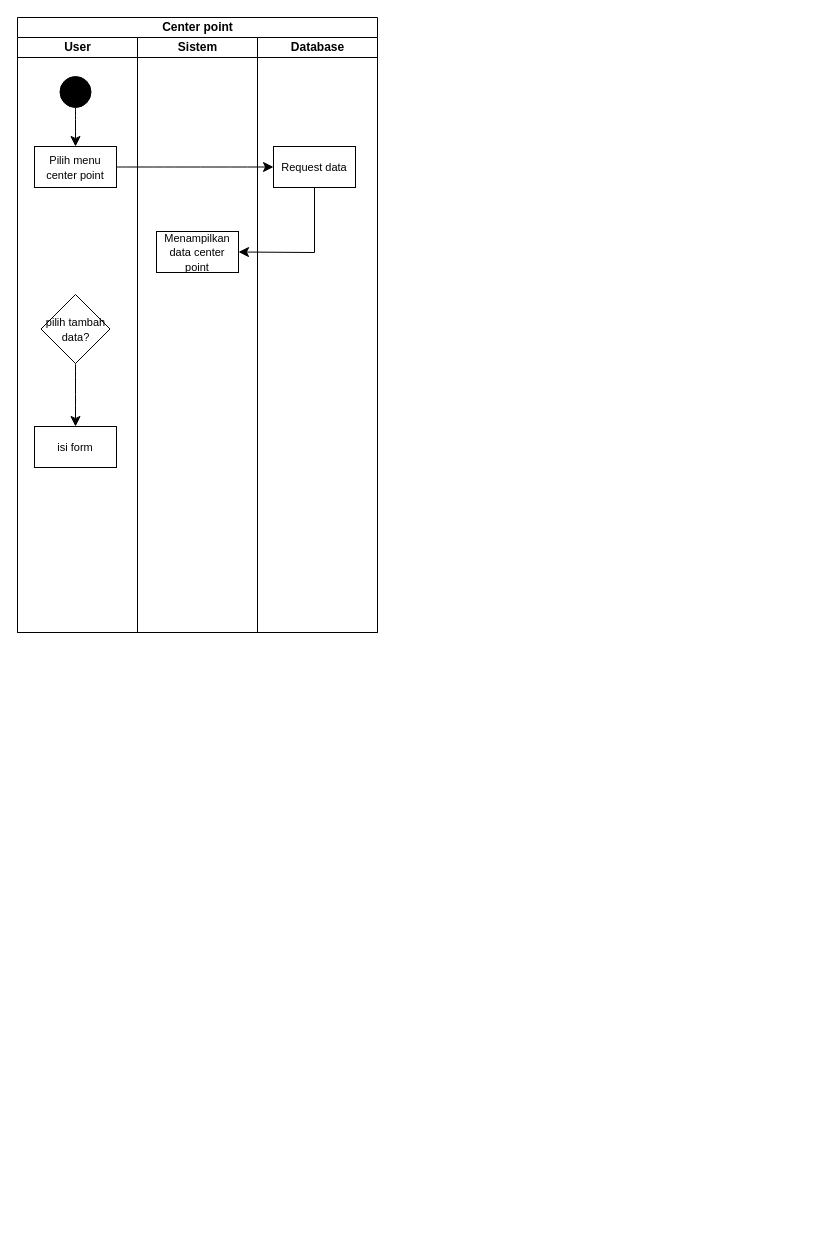
This is page "center point" (5 of 10) of activity diagram gis.drawio from AmirRazer/DrawIoErd, a draw.io file, before an edit. Source tidied: cells renumbered, new cells numbered last; positions are measured from the earlier drawing's top-left corner, leaving out a move shared by most shapes. Both pictures are drawn from the tidied source at 100%, with x=0, y=0 at pixel (17, 17).
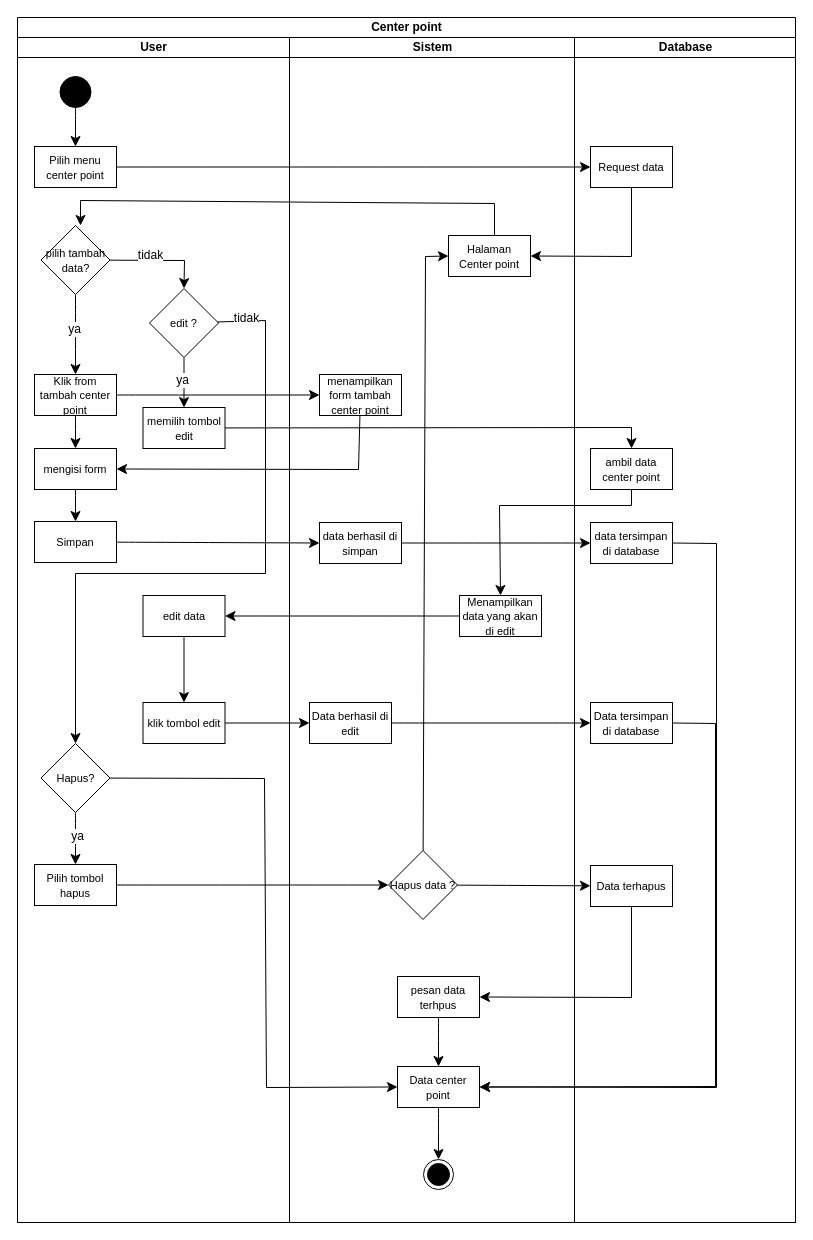
The same diagram, later.

The change refers to these unchanged cells:
```xml
<mxCell id="7" style="edgeStyle=none;curved=1;rounded=0;jettySize=auto;html=1;entryX=0.5;entryY=0;entryDx=0;entryDy=0;fontSize=12;startSize=8;endSize=8;" parent="3" edge="1" source="8" target="9">
  <mxGeometry relative="1" as="geometry" />
</mxCell>
<mxCell id="13" value="&lt;font style=&quot;font-size: 11px;&quot;&gt;Request data&lt;/font&gt;" style="rounded=0;whiteSpace=wrap;html=1;" parent="12" vertex="1">
  <mxGeometry x="16" y="109" width="82" height="41" as="geometry" />
</mxCell>
```

Change to the diagram source:
```diff
@@
     <mxCell id="2" value="Center point" style="swimlane;startSize=20;html=1;" parent="1" vertex="1">
-      <mxGeometry width="360" height="615" as="geometry" />
+      <mxGeometry width="778" height="1205" as="geometry" />
     </mxCell>
     <mxCell id="3" value="User" style="swimlane;startSize=20;html=1;" parent="2" vertex="1">
-      <mxGeometry y="20" width="120" height="595" as="geometry" />
+      <mxGeometry y="20" width="272" height="1185" as="geometry" />
     </mxCell>
@@
+    <mxCell id="16" value="ya" style="edgeLabel;html=1;align=center;verticalAlign=middle;fontSize=12;" parent="7" vertex="1">
+      <mxGeometry x="-0.15" y="-2" relative="1" as="geometry" />
+    </mxCell>
+    <mxCell id="17" style="edgeStyle=none;curved=0;rounded=0;jettySize=auto;html=1;entryX=0.5;entryY=0;entryDx=0;entryDy=0;fontSize=12;startSize=8;endSize=8;" parent="3" edge="1" source="8" target="22">
+      <mxGeometry relative="1" as="geometry">
+        <Array as="points">
+          <mxPoint x="167" y="223" />
+        </Array>
+      </mxGeometry>
+    </mxCell>
+    <mxCell id="18" value="tidak" style="edgeLabel;html=1;align=center;verticalAlign=middle;fontSize=12;" parent="17" vertex="1">
+      <mxGeometry x="-0.22" y="5" relative="1" as="geometry" />
+    </mxCell>
     <mxCell id="8" value="&lt;font style=&quot;font-size: 11px;&quot;&gt;pilih tambah data?&lt;/font&gt;" style="rhombus;whiteSpace=wrap;html=1;" parent="3" vertex="1">
-      <mxGeometry x="23.5" y="257" width="69" height="69" as="geometry" />
+      <mxGeometry x="23.5" y="188" width="69" height="69" as="geometry" />
     </mxCell>
+    <mxCell id="19" style="edgeStyle=none;curved=1;rounded=0;jettySize=auto;html=1;entryX=0.5;entryY=0;entryDx=0;entryDy=0;fontSize=12;startSize=8;endSize=8;" parent="3" edge="1" source="9" target="24">
+      <mxGeometry relative="1" as="geometry" />
+    </mxCell>
-    <mxCell id="9" value="&lt;font style=&quot;font-size: 11px;&quot;&gt;isi form&lt;/font&gt;" style="rounded=0;whiteSpace=wrap;html=1;" parent="3" vertex="1">
-      <mxGeometry x="17" y="389" width="82" height="41" as="geometry" />
+    <mxCell id="9" value="&lt;font style=&quot;font-size: 11px;&quot;&gt;Klik from tambah center point&lt;/font&gt;" style="rounded=0;whiteSpace=wrap;html=1;" parent="3" vertex="1">
+      <mxGeometry x="17" y="337" width="82" height="41" as="geometry" />
     </mxCell>
+    <mxCell id="20" style="edgeStyle=none;curved=1;rounded=0;jettySize=auto;html=1;entryX=0.5;entryY=0;entryDx=0;entryDy=0;fontSize=12;startSize=8;endSize=8;" parent="3" edge="1" source="22" target="26">
+      <mxGeometry relative="1" as="geometry" />
+    </mxCell>
+    <mxCell id="21" value="ya" style="edgeLabel;html=1;align=center;verticalAlign=middle;fontSize=12;" parent="20" vertex="1">
+      <mxGeometry x="-0.14" y="-2" relative="1" as="geometry" />
+    </mxCell>
+    <mxCell id="22" value="&lt;font style=&quot;font-size: 11px;&quot;&gt;edit ?&lt;/font&gt;" style="rhombus;whiteSpace=wrap;html=1;" parent="3" vertex="1">
+      <mxGeometry x="132" y="251" width="69" height="69" as="geometry" />
+    </mxCell>
+    <mxCell id="23" style="edgeStyle=none;curved=1;rounded=0;jettySize=auto;html=1;entryX=0.5;entryY=0;entryDx=0;entryDy=0;fontSize=12;startSize=8;endSize=8;" parent="3" edge="1" source="24" target="25">
+      <mxGeometry relative="1" as="geometry" />
+    </mxCell>
+    <mxCell id="24" value="&lt;font style=&quot;font-size: 11px;&quot;&gt;mengisi form&lt;/font&gt;" style="rounded=0;whiteSpace=wrap;html=1;" parent="3" vertex="1">
+      <mxGeometry x="17" y="411" width="82" height="41" as="geometry" />
+    </mxCell>
+    <mxCell id="25" value="&lt;font style=&quot;font-size: 11px;&quot;&gt;Simpan&lt;/font&gt;" style="rounded=0;whiteSpace=wrap;html=1;" parent="3" vertex="1">
+      <mxGeometry x="17" y="484" width="82" height="41" as="geometry" />
+    </mxCell>
+    <mxCell id="26" value="&lt;font style=&quot;font-size: 11px;&quot;&gt;memilih tombol edit&lt;/font&gt;" style="rounded=0;whiteSpace=wrap;html=1;" parent="3" vertex="1">
+      <mxGeometry x="125.5" y="370" width="82" height="41" as="geometry" />
+    </mxCell>
+    <mxCell id="27" style="edgeStyle=none;curved=1;rounded=0;jettySize=auto;html=1;entryX=0.5;entryY=0;entryDx=0;entryDy=0;fontSize=12;startSize=8;endSize=8;" parent="3" edge="1" source="28" target="29">
+      <mxGeometry relative="1" as="geometry" />
+    </mxCell>
+    <mxCell id="28" value="&lt;font style=&quot;font-size: 11px;&quot;&gt;edit data&lt;/font&gt;" style="rounded=0;whiteSpace=wrap;html=1;" parent="3" vertex="1">
+      <mxGeometry x="125.5" y="558" width="82" height="41" as="geometry" />
+    </mxCell>
+    <mxCell id="29" value="&lt;span style=&quot;font-size: 11px;&quot;&gt;klik tombol edit&lt;/span&gt;" style="rounded=0;whiteSpace=wrap;html=1;" parent="3" vertex="1">
+      <mxGeometry x="125.5" y="665" width="82" height="41" as="geometry" />
+    </mxCell>
+    <mxCell id="30" value="&lt;span style=&quot;font-size: 11px;&quot;&gt;Pilih tombol hapus&lt;/span&gt;" style="rounded=0;whiteSpace=wrap;html=1;" parent="3" vertex="1">
+      <mxGeometry x="17" y="827" width="82" height="41" as="geometry" />
+    </mxCell>
+    <mxCell id="31" style="edgeStyle=none;curved=1;rounded=0;jettySize=auto;html=1;fontSize=12;startSize=8;endSize=8;" parent="3" edge="1" source="33" target="30">
+      <mxGeometry relative="1" as="geometry" />
+    </mxCell>
+    <mxCell id="32" value="ya" style="edgeLabel;html=1;align=center;verticalAlign=middle;fontSize=12;" parent="31" vertex="1">
+      <mxGeometry x="-0.09" y="1" relative="1" as="geometry">
+        <mxPoint y="-1" as="offset" />
+      </mxGeometry>
+    </mxCell>
+    <mxCell id="33" value="&lt;font style=&quot;font-size: 11px;&quot;&gt;Hapus?&lt;/font&gt;" style="rhombus;whiteSpace=wrap;html=1;" parent="3" vertex="1">
+      <mxGeometry x="23.5" y="706" width="69" height="69" as="geometry" />
+    </mxCell>
+    <mxCell id="34" style="edgeStyle=none;curved=0;rounded=0;jettySize=auto;html=1;entryX=0.5;entryY=0;entryDx=0;entryDy=0;fontSize=12;startSize=8;endSize=8;" parent="3" edge="1" source="22" target="33">
+      <mxGeometry relative="1" as="geometry">
+        <Array as="points">
+          <mxPoint x="248" y="283" />
+          <mxPoint x="248" y="536" />
+          <mxPoint x="58" y="536" />
+        </Array>
+      </mxGeometry>
+    </mxCell>
+    <mxCell id="35" value="tidak" style="edgeLabel;html=1;align=center;verticalAlign=middle;fontSize=12;" parent="34" vertex="1">
+      <mxGeometry x="-0.91" y="3" relative="1" as="geometry">
+        <mxPoint x="-1" as="offset" />
+      </mxGeometry>
+    </mxCell>
     <mxCell id="10" value="Sistem" style="swimlane;startSize=20;html=1;" parent="2" vertex="1">
-      <mxGeometry x="120" y="20" width="120" height="595" as="geometry" />
+      <mxGeometry x="272" y="20" width="285" height="1185" as="geometry" />
     </mxCell>
-    <mxCell id="11" value="&lt;span style=&quot;font-size: 11px;&quot;&gt;Menampilkan data center point&lt;/span&gt;" style="rounded=0;whiteSpace=wrap;html=1;" parent="10" vertex="1">
-      <mxGeometry x="19" y="194" width="82" height="41" as="geometry" />
+    <mxCell id="11" value="&lt;span style=&quot;font-size: 11px;&quot;&gt;Halaman Center point&lt;/span&gt;" style="rounded=0;whiteSpace=wrap;html=1;" parent="10" vertex="1">
+      <mxGeometry x="159" y="198" width="82" height="41" as="geometry" />
     </mxCell>
+    <mxCell id="36" value="&lt;font style=&quot;font-size: 11px;&quot;&gt;menampilkan form tambah center point&lt;/font&gt;" style="rounded=0;whiteSpace=wrap;html=1;" parent="10" vertex="1">
+      <mxGeometry x="30" y="337" width="82" height="41" as="geometry" />
+    </mxCell>
+    <mxCell id="37" value="&lt;font style=&quot;font-size: 11px;&quot;&gt;data berhasil di simpan&lt;/font&gt;" style="rounded=0;whiteSpace=wrap;html=1;" parent="10" vertex="1">
+      <mxGeometry x="30" y="485" width="82" height="41" as="geometry" />
+    </mxCell>
+    <mxCell id="38" value="&lt;font style=&quot;font-size: 11px;&quot;&gt;Menampilkan data yang akan di edit&lt;/font&gt;" style="rounded=0;whiteSpace=wrap;html=1;" parent="10" vertex="1">
+      <mxGeometry x="170" y="558" width="82" height="41" as="geometry" />
+    </mxCell>
+    <mxCell id="39" value="&lt;span style=&quot;font-size: 11px;&quot;&gt;Data berhasil di edit&lt;/span&gt;" style="rounded=0;whiteSpace=wrap;html=1;" parent="10" vertex="1">
+      <mxGeometry x="20" y="665" width="82" height="41" as="geometry" />
+    </mxCell>
+    <mxCell id="40" style="edgeStyle=none;curved=0;rounded=0;jettySize=auto;html=1;entryX=0;entryY=0.5;entryDx=0;entryDy=0;fontSize=12;startSize=8;endSize=8;" parent="10" edge="1" source="41" target="11">
+      <mxGeometry relative="1" as="geometry">
+        <Array as="points">
+          <mxPoint x="136" y="219" />
+        </Array>
+      </mxGeometry>
+    </mxCell>
+    <mxCell id="41" value="&lt;font style=&quot;font-size: 11px;&quot;&gt;Hapus data ?&lt;/font&gt;" style="rhombus;whiteSpace=wrap;html=1;" parent="10" vertex="1">
+      <mxGeometry x="99" y="813" width="69" height="69" as="geometry" />
+    </mxCell>
+    <mxCell id="42" style="edgeStyle=none;curved=1;rounded=0;jettySize=auto;html=1;fontSize=12;startSize=8;endSize=8;" parent="10" edge="1" source="43" target="46">
+      <mxGeometry relative="1" as="geometry" />
+    </mxCell>
+    <mxCell id="43" value="&lt;span style=&quot;font-size: 11px;&quot;&gt;pesan data terhpus&lt;/span&gt;" style="rounded=0;whiteSpace=wrap;html=1;" parent="10" vertex="1">
+      <mxGeometry x="108" y="939" width="82" height="41" as="geometry" />
+    </mxCell>
+    <mxCell id="44" style="edgeStyle=none;curved=0;rounded=0;orthogonalLoop=1;jettySize=auto;html=1;fontSize=12;startSize=8;endSize=8;entryX=0.5;entryY=0;entryDx=0;entryDy=0;exitX=0.5;exitY=0;exitDx=0;exitDy=0;" parent="10" edge="1">
+      <mxGeometry relative="1" as="geometry">
+        <mxPoint x="205" y="198" as="sourcePoint" />
+        <mxPoint x="-209" y="188" as="targetPoint" />
+        <Array as="points">
+          <mxPoint x="205" y="166" />
+          <mxPoint x="-209" y="163" />
+        </Array>
+      </mxGeometry>
+    </mxCell>
+    <mxCell id="45" style="edgeStyle=none;curved=1;rounded=0;jettySize=auto;html=1;fontSize=12;startSize=8;endSize=8;" parent="10" edge="1" source="46" target="47">
+      <mxGeometry relative="1" as="geometry" />
+    </mxCell>
+    <mxCell id="46" value="&lt;span style=&quot;font-size: 11px;&quot;&gt;Data center point&lt;/span&gt;" style="rounded=0;whiteSpace=wrap;html=1;" parent="10" vertex="1">
+      <mxGeometry x="108" y="1029" width="82" height="41" as="geometry" />
+    </mxCell>
+    <mxCell id="47" style="ellipse;html=1;shape=endState;fillColor=#000000;strokeColor=#080808;" parent="10" vertex="1">
+      <mxGeometry x="134" y="1122" width="30" height="30" as="geometry" />
+    </mxCell>
     <mxCell id="12" value="Database" style="swimlane;startSize=20;html=1;" parent="2" vertex="1">
-      <mxGeometry x="240" y="20" width="120" height="595" as="geometry" />
+      <mxGeometry x="557" y="20" width="221" height="1185" as="geometry" />
     </mxCell>
@@
+    <mxCell id="48" value="&lt;font style=&quot;font-size: 11px;&quot;&gt;data tersimpan di database&lt;/font&gt;" style="rounded=0;whiteSpace=wrap;html=1;" parent="12" vertex="1">
+      <mxGeometry x="16" y="485" width="82" height="41" as="geometry" />
+    </mxCell>
+    <mxCell id="49" value="&lt;span style=&quot;font-size: 11px;&quot;&gt;ambil data center point&lt;/span&gt;" style="rounded=0;whiteSpace=wrap;html=1;" parent="12" vertex="1">
+      <mxGeometry x="16" y="411" width="82" height="41" as="geometry" />
+    </mxCell>
+    <mxCell id="50" value="&lt;span style=&quot;font-size: 11px;&quot;&gt;Data tersimpan di database&lt;/span&gt;" style="rounded=0;whiteSpace=wrap;html=1;" parent="12" vertex="1">
+      <mxGeometry x="16" y="665" width="82" height="41" as="geometry" />
+    </mxCell>
+    <mxCell id="51" value="&lt;span style=&quot;font-size: 11px;&quot;&gt;Data terhapus&lt;/span&gt;" style="rounded=0;whiteSpace=wrap;html=1;" parent="12" vertex="1">
+      <mxGeometry x="16" y="828" width="82" height="41" as="geometry" />
+    </mxCell>
@@
     <mxCell id="15" style="edgeStyle=none;curved=0;rounded=0;jettySize=auto;html=1;entryX=1;entryY=0.5;entryDx=0;entryDy=0;fontSize=12;startSize=8;endSize=8;" parent="2" edge="1" source="13" target="11">
       <mxGeometry relative="1" as="geometry">
         <Array as="points">
-          <mxPoint x="297" y="235" />
+          <mxPoint x="614" y="239" />
         </Array>
       </mxGeometry>
     </mxCell>
+    <mxCell id="52" style="edgeStyle=none;curved=1;rounded=0;jettySize=auto;html=1;entryX=0;entryY=0.5;entryDx=0;entryDy=0;fontSize=12;startSize=8;endSize=8;" parent="2" edge="1" source="9" target="36">
+      <mxGeometry relative="1" as="geometry" />
+    </mxCell>
+    <mxCell id="53" style="edgeStyle=none;curved=1;rounded=0;jettySize=auto;html=1;entryX=0;entryY=0.5;entryDx=0;entryDy=0;fontSize=12;startSize=8;endSize=8;" parent="2" edge="1" source="25" target="37">
+      <mxGeometry relative="1" as="geometry" />
+    </mxCell>
+    <mxCell id="54" style="edgeStyle=none;curved=1;rounded=0;jettySize=auto;html=1;entryX=0;entryY=0.5;entryDx=0;entryDy=0;fontSize=12;startSize=8;endSize=8;" parent="2" edge="1" source="37" target="48">
+      <mxGeometry relative="1" as="geometry" />
+    </mxCell>
+    <mxCell id="55" style="edgeStyle=none;curved=0;rounded=0;jettySize=auto;html=1;entryX=0.5;entryY=0;entryDx=0;entryDy=0;fontSize=12;startSize=8;endSize=8;" parent="2" edge="1" source="26" target="49">
+      <mxGeometry relative="1" as="geometry">
+        <Array as="points">
+          <mxPoint x="614" y="410" />
+        </Array>
+      </mxGeometry>
+    </mxCell>
+    <mxCell id="56" style="edgeStyle=none;curved=0;rounded=0;jettySize=auto;html=1;entryX=0.5;entryY=0;entryDx=0;entryDy=0;fontSize=12;startSize=8;endSize=8;" parent="2" edge="1" source="49" target="38">
+      <mxGeometry relative="1" as="geometry">
+        <Array as="points">
+          <mxPoint x="614" y="488" />
+          <mxPoint x="482" y="488" />
+        </Array>
+      </mxGeometry>
+    </mxCell>
+    <mxCell id="57" style="edgeStyle=none;curved=1;rounded=0;jettySize=auto;html=1;entryX=1;entryY=0.5;entryDx=0;entryDy=0;fontSize=12;startSize=8;endSize=8;" parent="2" edge="1" source="38" target="28">
+      <mxGeometry relative="1" as="geometry" />
+    </mxCell>
+    <mxCell id="58" style="edgeStyle=none;curved=1;rounded=0;jettySize=auto;html=1;entryX=0;entryY=0.5;entryDx=0;entryDy=0;fontSize=12;startSize=8;endSize=8;" parent="2" edge="1" source="29" target="39">
+      <mxGeometry relative="1" as="geometry" />
+    </mxCell>
+    <mxCell id="59" style="edgeStyle=none;curved=1;rounded=0;jettySize=auto;html=1;entryX=0;entryY=0.5;entryDx=0;entryDy=0;fontSize=12;startSize=8;endSize=8;" parent="2" edge="1" source="39" target="50">
+      <mxGeometry relative="1" as="geometry" />
+    </mxCell>
+    <mxCell id="60" style="edgeStyle=none;curved=1;rounded=0;jettySize=auto;html=1;entryX=0;entryY=0.5;entryDx=0;entryDy=0;fontSize=12;startSize=8;endSize=8;" parent="2" edge="1" source="30" target="41">
+      <mxGeometry relative="1" as="geometry" />
+    </mxCell>
+    <mxCell id="61" style="edgeStyle=none;curved=1;rounded=0;jettySize=auto;html=1;fontSize=12;startSize=8;endSize=8;" parent="2" edge="1" source="41" target="51">
+      <mxGeometry relative="1" as="geometry" />
+    </mxCell>
+    <mxCell id="62" style="edgeStyle=none;curved=0;rounded=0;jettySize=auto;html=1;entryX=1;entryY=0.5;entryDx=0;entryDy=0;fontSize=12;startSize=8;endSize=8;" parent="2" edge="1" source="51" target="43">
+      <mxGeometry relative="1" as="geometry">
+        <Array as="points">
+          <mxPoint x="614" y="980" />
+        </Array>
+      </mxGeometry>
+    </mxCell>
+    <mxCell id="63" style="edgeStyle=none;curved=0;rounded=0;jettySize=auto;html=1;fontSize=12;startSize=8;endSize=8;entryX=0;entryY=0.5;entryDx=0;entryDy=0;" parent="2" edge="1" source="33" target="46">
+      <mxGeometry relative="1" as="geometry">
+        <Array as="points">
+          <mxPoint x="247" y="761" />
+          <mxPoint x="249" y="1070" />
+        </Array>
+      </mxGeometry>
+    </mxCell>
+    <mxCell id="64" style="edgeStyle=none;curved=0;rounded=0;jettySize=auto;html=1;entryX=1;entryY=0.5;entryDx=0;entryDy=0;fontSize=12;startSize=8;endSize=8;exitX=1;exitY=0.5;exitDx=0;exitDy=0;" parent="2" edge="1" source="50" target="46">
+      <mxGeometry relative="1" as="geometry">
+        <Array as="points">
+          <mxPoint x="698" y="706" />
+          <mxPoint x="698" y="1069" />
+        </Array>
+      </mxGeometry>
+    </mxCell>
+    <mxCell id="65" style="edgeStyle=none;curved=0;rounded=0;jettySize=auto;html=1;entryX=1;entryY=0.5;entryDx=0;entryDy=0;fontSize=12;startSize=8;endSize=8;exitX=1;exitY=0.5;exitDx=0;exitDy=0;" parent="2" edge="1" source="48" target="46">
+      <mxGeometry relative="1" as="geometry">
+        <Array as="points">
+          <mxPoint x="699" y="526" />
+          <mxPoint x="699" y="1070" />
+        </Array>
+      </mxGeometry>
+    </mxCell>
+    <mxCell id="66" style="edgeStyle=none;curved=0;rounded=0;jettySize=auto;html=1;entryX=1;entryY=0.5;entryDx=0;entryDy=0;fontSize=12;startSize=8;endSize=8;" parent="2" edge="1" source="36" target="24">
+      <mxGeometry relative="1" as="geometry">
+        <Array as="points">
+          <mxPoint x="341" y="452" />
+        </Array>
+      </mxGeometry>
+    </mxCell>
```
